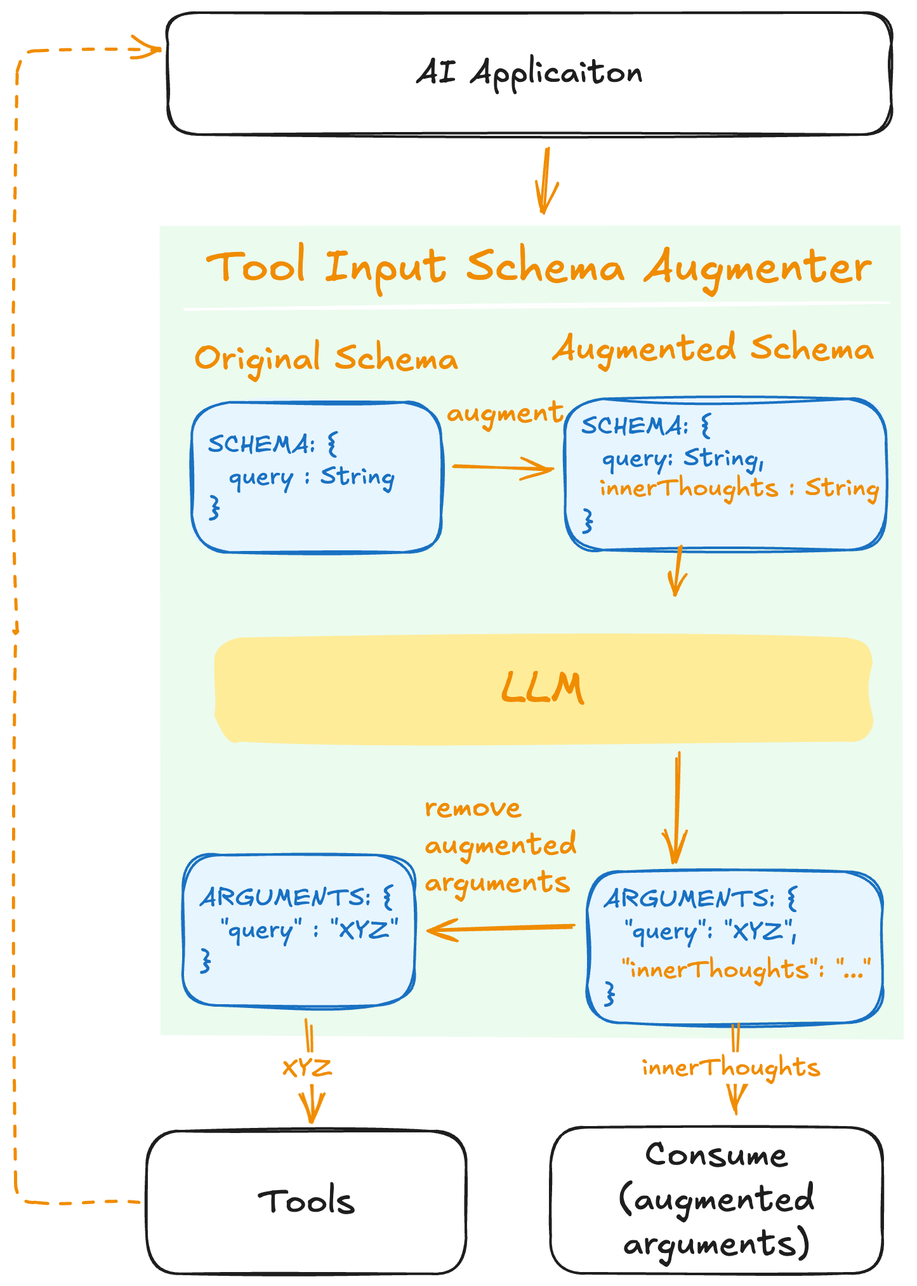
spring-io/spring-io-static keeps this Excalidraw diagram as blog/tzolov/20251217/spring-ai-tool-argument-augment-lifecycle.png. Above is the earlier version. Source tidied: one line per element, renumbered; positions are measured from the earlier drawing's top-left corner, leaving out a move shared by most shapes.
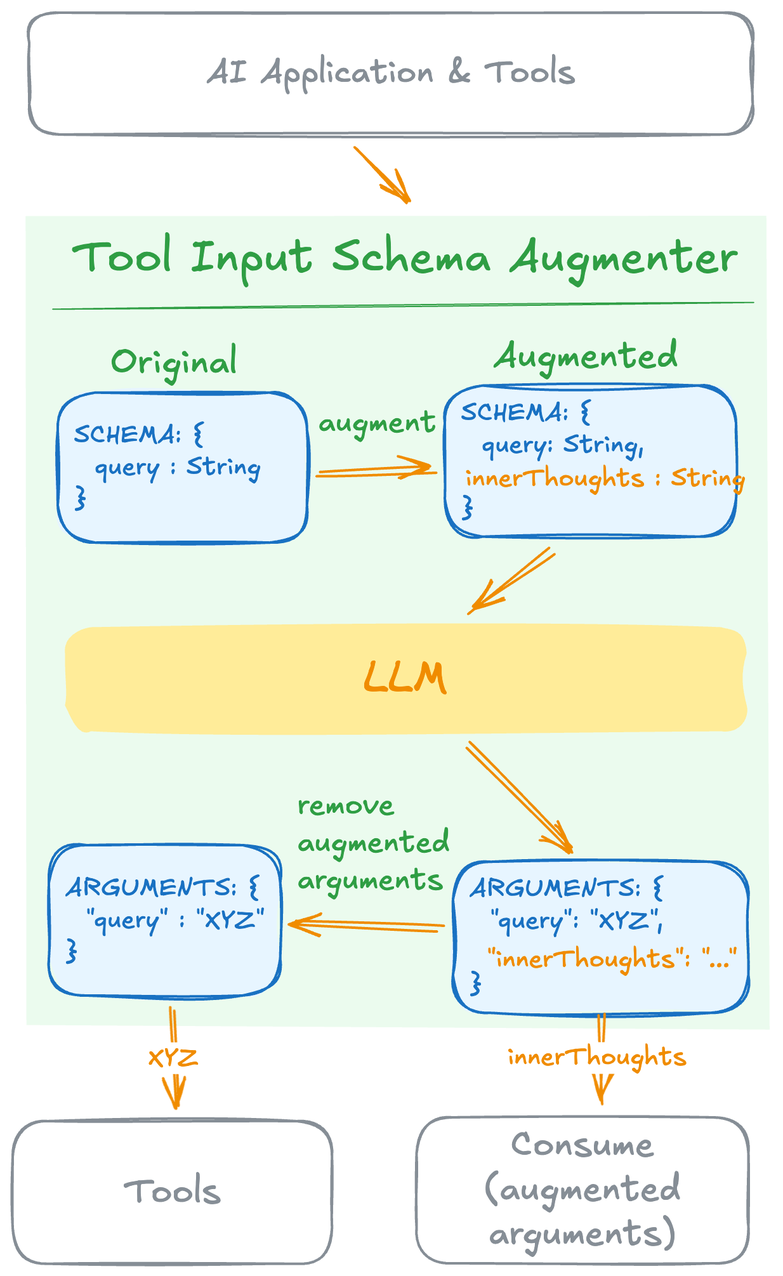
The same file after the commit.

Commit message:
Spring AI : tool arg augmenter diagrams update

Diff of the diagram source:
```diff
@@ -1,35 +1,34 @@
-{"id": 0, "type": "rectangle", "strokeColor": "transparent", "backgroundColor": "#ebfbee", "fillStyle": "solid", "strokeWidth": 4, "roughness": 2, "x": 117, "y": 166, "width": 583, "height": 640}
+{"id": 0, "type": "rectangle", "strokeColor": "transparent", "backgroundColor": "#ebfbee", "fillStyle": "solid", "strokeWidth": 4, "roughness": 2, "x": -1391, "y": 131, "width": 583, "height": 640}
-{"id": 1, "type": "rectangle", "strokeColor": "#1971c2", "backgroundColor": "#e7f5ff", "fillStyle": "solid", "strokeWidth": 2, "roughness": 2, "round": true, "x": 139, "y": 307, "width": 196, "height": 118}
+{"id": 1, "type": "rectangle", "strokeColor": "#1971c2", "backgroundColor": "#e7f5ff", "fillStyle": "solid", "strokeWidth": 2, "roughness": 2, "round": true, "x": -1370, "y": 272, "width": 196, "height": 118}
-{"id": 2, "type": "text", "text": " SCHEMA: { \n   query : String\n }", "strokeColor": "#1971c2", "backgroundColor": "#e7f5ff", "fillStyle": "solid", "strokeWidth": 2, "roughness": 1, "fontSize": 20, "fontFamily": 5, "verticalAlign": "middle", "inside": 1, "x": 144, "y": 329, "width": 155, "height": 75}
+{"id": 2, "type": "text", "text": " SCHEMA: { \n   query : String\n }", "strokeColor": "#1971c2", "backgroundColor": "#e7f5ff", "fillStyle": "solid", "strokeWidth": 2, "roughness": 1, "fontSize": 20, "fontFamily": 5, "verticalAlign": "middle", "inside": 1, "x": -1365, "y": 294, "width": 155, "height": 75}
-{"id": 3, "type": "rectangle", "strokeColor": "#1971c2", "backgroundColor": "#e7f5ff", "fillStyle": "solid", "strokeWidth": 2, "roughness": 2, "round": true, "x": 433, "y": 304, "width": 253, "height": 119}
+{"id": 3, "type": "rectangle", "strokeColor": "#1971c2", "backgroundColor": "#e7f5ff", "fillStyle": "solid", "strokeWidth": 2, "roughness": 2, "round": true, "x": -1065, "y": 267, "width": 229, "height": 119}
-{"id": 4, "type": "text", "text": " SCHEMA: { \n   query: String,\n   \n }", "strokeColor": "#1971c2", "backgroundColor": "#e7f5ff", "fillStyle": "solid", "strokeWidth": 2, "roughness": 1, "fontSize": 20, "fontFamily": 5, "verticalAlign": "middle", "inside": 3, "x": 438, "y": 314, "width": 152, "height": 100}
+{"id": 4, "type": "text", "text": " SCHEMA: { \n   query: String,\n   \n }", "strokeColor": "#1971c2", "backgroundColor": "#e7f5ff", "fillStyle": "solid", "strokeWidth": 2, "roughness": 1, "fontSize": 20, "fontFamily": 5, "verticalAlign": "middle", "inside": 3, "x": -1060, "y": 276, "width": 152, "height": 100}
-{"id": 5, "type": "arrow", "strokeColor": "#f08c00", "strokeWidth": 2, "roughness": 1, "startArrowhead": "arrow", "round": true, "from": 3, "to": 1, "x": 422, "y": 361, "width": 76, "height": 3, "points": [[0, 0], [-76, -3]]}
+{"id": 5, "type": "arrow", "strokeColor": "#f08c00", "strokeWidth": 2, "roughness": 2, "startArrowhead": "arrow", "round": true, "from": 3, "to": 1, "x": -1076, "y": 332, "width": 87, "height": 3, "points": [[0, 0], [-87, 3]]}
-{"id": 6, "type": "text", "text": "Original Schema", "strokeColor": "#f08c00", "backgroundColor": "#a5d8ff", "fillStyle": "hachure", "strokeWidth": 1, "strokeStyle": "dashed", "roughness": 2, "fontSize": 28, "fontFamily": 5, "x": 141, "y": 256, "width": 208, "height": 35}
+{"id": 6, "type": "text", "text": "Original", "strokeColor": "#2f9e44", "backgroundColor": "#a5d8ff", "fillStyle": "hachure", "strokeWidth": 1, "strokeStyle": "dashed", "roughness": 2, "fontSize": 28, "fontFamily": 5, "x": -1328, "y": 231, "width": 100, "height": 35}
-{"id": 7, "type": "text", "text": "Augmented Schema", "strokeColor": "#f08c00", "backgroundColor": "#a5d8ff", "fillStyle": "hachure", "strokeWidth": 1, "strokeStyle": "dashed", "roughness": 2, "fontSize": 28, "fontFamily": 5, "x": 423, "y": 248, "width": 254, "height": 35}
+{"id": 7, "type": "text", "text": "Augmented", "strokeColor": "#2f9e44", "backgroundColor": "#a5d8ff", "fillStyle": "hachure", "strokeWidth": 1, "strokeStyle": "dashed", "roughness": 2, "fontSize": 28, "fontFamily": 5, "x": -1026, "y": 226, "width": 146, "height": 35}
-{"id": 8, "type": "rectangle", "strokeColor": "#1971c2", "backgroundColor": "#e7f5ff", "fillStyle": "solid", "strokeWidth": 2, "roughness": 2, "round": true, "x": 450, "y": 677, "width": 233, "height": 119}
+{"id": 8, "type": "rectangle", "strokeColor": "#1971c2", "backgroundColor": "#e7f5ff", "fillStyle": "solid", "strokeWidth": 2, "roughness": 2, "round": true, "x": -1058, "y": 642, "width": 233, "height": 119}
-{"id": 9, "type": "text", "text": " ARGUMENTS: { \n   \"query\": \"XYZ\",\n\n }", "strokeColor": "#1971c2", "backgroundColor": "#e7f5ff", "fillStyle": "solid", "strokeWidth": 2, "roughness": 1, "fontSize": 20, "fontFamily": 5, "verticalAlign": "middle", "inside": 8, "x": 455, "y": 686, "width": 169, "height": 100}
+{"id": 9, "type": "text", "text": " ARGUMENTS: { \n   \"query\": \"XYZ\",\n\n }", "strokeColor": "#1971c2", "backgroundColor": "#e7f5ff", "fillStyle": "solid", "strokeWidth": 2, "roughness": 1, "fontSize": 20, "fontFamily": 5, "verticalAlign": "middle", "inside": 8, "x": -1053, "y": 651, "width": 169, "height": 100}
-{"id": 10, "type": "rectangle", "strokeColor": "#1971c2", "backgroundColor": "#e7f5ff", "fillStyle": "solid", "strokeWidth": 2, "roughness": 2, "round": true, "x": 132, "y": 664, "width": 182, "height": 119}
+{"id": 10, "type": "rectangle", "strokeColor": "#1971c2", "backgroundColor": "#e7f5ff", "fillStyle": "solid", "strokeWidth": 2, "roughness": 2, "round": true, "x": -1377, "y": 629, "width": 182, "height": 119}
-{"id": 11, "type": "text", "text": " ARGUMENTS: { \n   \"query\" : \"XYZ\"\n }", "strokeColor": "#1971c2", "backgroundColor": "#e7f5ff", "fillStyle": "solid", "strokeWidth": 2, "roughness": 1, "fontSize": 20, "fontFamily": 5, "verticalAlign": "middle", "inside": 10, "x": 137, "y": 685, "width": 169, "height": 75}
+{"id": 11, "type": "text", "text": " ARGUMENTS: { \n   \"query\" : \"XYZ\"\n }", "strokeColor": "#1971c2", "backgroundColor": "#e7f5ff", "fillStyle": "solid", "strokeWidth": 2, "roughness": 1, "fontSize": 20, "fontFamily": 5, "verticalAlign": "middle", "inside": 10, "x": -1372, "y": 650, "width": 169, "height": 75}
-{"id": 12, "type": "arrow", "strokeColor": "#f08c00", "strokeWidth": 2, "roughness": 1, "startArrowhead": "arrow", "round": true, "from": 10, "to": 8, "x": 325, "y": 723, "width": 114, "height": 2, "points": [[0, 0], [114, -2]]}
+{"id": 12, "type": "arrow", "strokeColor": "#f08c00", "strokeWidth": 2, "roughness": 2, "startArrowhead": "arrow", "round": true, "from": 10, "to": 8, "x": -1183, "y": 691, "width": 114, "height": 4, "points": [[0, 0], [114, 4]]}
-{"id": 13, "type": "rectangle", "strokeColor": "transparent", "backgroundColor": "#ffec99", "fillStyle": "solid", "strokeWidth": 2, "roughness": 2, "round": true, "x": 156, "y": 492, "width": 519, "height": 82}
+{"id": 13, "type": "rectangle", "strokeColor": "transparent", "backgroundColor": "#ffec99", "fillStyle": "solid", "strokeWidth": 2, "roughness": 2, "round": true, "x": -1364, "y": 457, "width": 537, "height": 82}
-{"id": 14, "type": "text", "text": "LLM", "strokeColor": "#f08c00", "strokeWidth": 2, "roughness": 1, "fontSize": 36, "fontFamily": 5, "textAlign": "center", "verticalAlign": "middle", "inside": 13, "x": 383, "y": 511, "width": 67, "height": 45}
+{"id": 14, "type": "text", "text": "LLM", "strokeColor": "#f08c00", "strokeWidth": 2, "roughness": 1, "fontSize": 36, "fontFamily": 5, "textAlign": "center", "verticalAlign": "middle", "inside": 13, "x": -1129, "y": 475, "width": 67, "height": 45}
-{"id": 15, "type": "rectangle", "strokeColor": "#1e1e1e", "strokeWidth": 2, "roughness": 1, "round": true, "x": 422, "y": 878, "width": 262, "height": 115}
+{"id": 15, "type": "rectangle", "strokeColor": "#868e96", "strokeWidth": 2, "roughness": 1, "round": true, "x": -1087, "y": 843, "width": 262, "height": 115}
-{"id": 16, "type": "text", "text": "Consume\n(augmented\narguments)", "strokeColor": "#1e1e1e", "strokeWidth": 2, "roughness": 1, "fontSize": 28, "fontFamily": 5, "textAlign": "center", "verticalAlign": "middle", "inside": 15, "x": 475, "y": 883, "width": 155, "height": 105}
+{"id": 16, "type": "text", "text": "Consume\n(augmented\narguments)", "strokeColor": "#868e96", "strokeWidth": 2, "roughness": 1, "fontSize": 28, "fontFamily": 5, "textAlign": "center", "verticalAlign": "middle", "inside": 15, "x": -1034, "y": 848, "width": 155, "height": 105}
-{"id": 17, "type": "arrow", "strokeColor": "#f08c00", "strokeWidth": 2, "roughness": 2, "endArrowhead": "arrow", "round": true, "from": 8, "x": 564, "y": 795, "width": 0, "height": 72, "points": [[0, 0], [0, 72]]}
+{"id": 17, "type": "arrow", "strokeColor": "#f08c00", "strokeWidth": 2, "roughness": 2, "endArrowhead": "arrow", "round": true, "from": 8, "x": -945, "y": 760, "width": 0, "height": 72, "points": [[0, 0], [0, 72]]}
 {"id": 18, "type": "text", "text": "innerThoughts", "strokeColor": "#f08c00", "backgroundColor": "#ebfbee", "fillStyle": "solid", "strokeWidth": 2, "strokeStyle": "dashed", "roughness": 2, "fontSize": 20, "fontFamily": 5, "textAlign": "center", "verticalAlign": "middle", "inside": 17, "x": 494, "y": 819, "width": 141, "height": 25}
-{"id": 19, "type": "text", "text": "Tool Input Schema Augmenter", "strokeColor": "#f08c00", "backgroundColor": "#a5d8ff", "fillStyle": "hachure", "strokeWidth": 1, "strokeStyle": "dashed", "roughness": 2, "fontSize": 36, "fontFamily": 5, "x": 150, "y": 179, "width": 525, "height": 45}
+{"id": 19, "type": "text", "text": "Tool Input Schema Augmenter", "strokeColor": "#2f9e44", "backgroundColor": "#a5d8ff", "fillStyle": "hachure", "strokeWidth": 1, "strokeStyle": "dashed", "roughness": 2, "fontSize": 36, "fontFamily": 5, "x": -1358, "y": 144, "width": 525, "height": 45}
-{"id": 20, "type": "rectangle", "strokeColor": "#1e1e1e", "strokeWidth": 2, "roughness": 2, "round": true, "x": 120, "y": 0, "width": 570, "height": 96}
+{"id": 20, "type": "rectangle", "strokeColor": "#868e96", "strokeWidth": 2, "roughness": 2, "round": true, "x": -1392, "y": -27, "width": 570, "height": 96}
-{"id": 21, "type": "text", "text": "AI Applicaiton", "strokeColor": "#1e1e1e", "strokeWidth": 2, "roughness": 1, "fontSize": 26.17, "fontFamily": 5, "textAlign": "center", "verticalAlign": "middle", "inside": 20, "x": 315, "y": 32, "width": 179, "height": 33}
+{"id": 21, "type": "text", "text": "AI Application & Tools", "strokeColor": "#868e96", "strokeWidth": 2, "roughness": 1, "fontSize": 26.17, "fontFamily": 5, "textAlign": "center", "verticalAlign": "middle", "inside": 20, "x": -1252, "y": 4, "width": 290, "height": 33}
-{"id": 22, "type": "arrow", "strokeColor": "#f08c00", "strokeWidth": 2, "roughness": 2, "endArrowhead": "arrow", "round": true, "from": 20, "x": 419, "y": 107, "width": 4, "height": 50, "points": [[0, 0], [-4, 50]]}
+{"id": 22, "type": "arrow", "strokeColor": "#f08c00", "strokeWidth": 2, "roughness": 2, "endArrowhead": "arrow", "round": true, "from": 20, "x": -1134, "y": 80, "width": 41, "height": 42, "points": [[0, 0], [41, 42]]}
-{"id": 23, "type": "arrow", "strokeColor": "#f08c00", "strokeWidth": 2, "roughness": 2, "endArrowhead": "arrow", "round": true, "from": 3, "to": 0, "x": 524, "y": 421, "width": 5, "height": 38, "points": [[0, 0], [-5, 38]]}
+{"id": 23, "type": "arrow", "strokeColor": "#f08c00", "strokeWidth": 2, "roughness": 2, "endArrowhead": "arrow", "round": true, "from": 3, "to": 13, "x": -980, "y": 397, "width": 63, "height": 49, "points": [[0, 0], [-63, 49]]}
-{"id": 24, "type": "arrow", "strokeColor": "#f08c00", "strokeWidth": 2, "roughness": 2, "endArrowhead": "arrow", "round": true, "from": 13, "to": 8, "x": 521, "y": 585, "width": 4, "height": 80, "points": [[0, 0], [-4, 80]]}
+{"id": 24, "type": "arrow", "strokeColor": "#f08c00", "strokeWidth": 2, "roughness": 2, "endArrowhead": "arrow", "round": true, "from": 13, "to": 8, "x": -1047, "y": 550, "width": 80, "height": 81, "points": [[0, 0], [80, 81]]}
-{"id": 25, "type": "rectangle", "strokeColor": "#1e1e1e", "strokeWidth": 2, "roughness": 1, "round": true, "x": 103, "y": 881, "width": 252, "height": 112}
+{"id": 25, "type": "rectangle", "strokeColor": "#868e96", "strokeWidth": 2, "roughness": 1, "round": true, "x": -1405, "y": 846, "width": 252, "height": 112}
-{"id": 26, "type": "text", "text": "Tools", "strokeColor": "#1e1e1e", "strokeWidth": 2, "roughness": 1, "fontSize": 28, "fontFamily": 5, "textAlign": "center", "verticalAlign": "middle", "inside": 25, "x": 191, "y": 920, "width": 77, "height": 35}
+{"id": 26, "type": "text", "text": "Tools", "strokeColor": "#868e96", "strokeWidth": 2, "roughness": 1, "fontSize": 28, "fontFamily": 5, "textAlign": "center", "verticalAlign": "middle", "inside": 25, "x": -1318, "y": 885, "width": 77, "height": 35}
-{"id": 27, "type": "arrow", "strokeColor": "#f08c00", "strokeWidth": 2, "roughness": 2, "endArrowhead": "arrow", "round": true, "from": 10, "to": 25, "x": 228, "y": 793, "width": 3, "height": 77, "points": [[0, 0], [3, 77]]}
+{"id": 27, "type": "arrow", "strokeColor": "#f08c00", "strokeWidth": 2, "roughness": 2, "endArrowhead": "arrow", "round": true, "from": 10, "to": 25, "x": -1280, "y": 758, "width": 3, "height": 77, "points": [[0, 0], [3, 77]]}
 {"id": 28, "type": "text", "text": "XYZ", "strokeColor": "#f08c00", "backgroundColor": "#ebfbee", "fillStyle": "solid", "strokeWidth": 2, "strokeStyle": "dashed", "roughness": 2, "fontSize": 20, "fontFamily": 5, "textAlign": "center", "verticalAlign": "middle", "inside": 27, "x": 210, "y": 819, "width": 40, "height": 25}
-{"id": 29, "type": "text", "text": "innerThoughts : String", "strokeColor": "#f08c00", "backgroundColor": "#e7f5ff", "fillStyle": "solid", "strokeWidth": 1, "roughness": 2, "fontSize": 20, "fontFamily": 5, "x": 460, "y": 362, "width": 221, "height": 25}
+{"id": 29, "type": "text", "text": "innerThoughts : String", "strokeColor": "#f08c00", "backgroundColor": "#e7f5ff", "fillStyle": "solid", "strokeWidth": 1, "roughness": 2, "fontSize": 20, "fontFamily": 5, "x": -1048, "y": 328, "width": 221, "height": 25}
-{"id": 30, "type": "text", "text": "\"innerThoughts\": \"...\"", "strokeColor": "#f08c00", "backgroundColor": "#e7f5ff", "fillStyle": "solid", "strokeWidth": 1, "roughness": 2, "fontSize": 20, "fontFamily": 5, "x": 477, "y": 742, "width": 197, "height": 25}
+{"id": 30, "type": "text", "text": "\"innerThoughts\": \"...\"", "strokeColor": "#f08c00", "backgroundColor": "#e7f5ff", "fillStyle": "solid", "strokeWidth": 1, "roughness": 2, "fontSize": 20, "fontFamily": 5, "x": -1032, "y": 707, "width": 197, "height": 25}
-{"id": 31, "type": "line", "strokeColor": "#ffffff", "strokeWidth": 2, "roughness": 2, "x": 135, "y": 234, "width": 552, "height": 5, "points": [[0, 0], [552, -5]]}
+{"id": 31, "type": "line", "strokeColor": "#2f9e44", "strokeWidth": 1, "roughness": 1, "x": -1374, "y": 206, "width": 552, "height": 5, "points": [[0, 0], [552, -5]]}
-{"id": 32, "type": "text", "text": "augment", "strokeColor": "#f08c00", "backgroundColor": "#a5d8ff", "fillStyle": "hachure", "strokeWidth": 1, "strokeStyle": "dashed", "roughness": 2, "fontSize": 23.56, "fontFamily": 5, "x": 339, "y": 301, "width": 93, "height": 29}
+{"id": 32, "type": "text", "text": "augment", "strokeColor": "#2f9e44", "backgroundColor": "#a5d8ff", "fillStyle": "hachure", "strokeWidth": 1, "strokeStyle": "dashed", "roughness": 2, "fontSize": 23.56, "fontFamily": 5, "x": -1164, "y": 282, "width": 93, "height": 29}
-{"id": 33, "type": "text", "text": "remove\naugmented\narguments", "strokeColor": "#f08c00", "backgroundColor": "#a5d8ff", "fillStyle": "hachure", "strokeWidth": 1, "strokeStyle": "dashed", "roughness": 2, "fontSize": 23.56, "fontFamily": 5, "x": 322, "y": 612, "width": 120, "height": 88}
+{"id": 33, "type": "text", "text": "remove\naugmented\narguments", "strokeColor": "#2f9e44", "backgroundColor": "#a5d8ff", "fillStyle": "hachure", "strokeWidth": 1, "strokeStyle": "dashed", "roughness": 2, "fontSize": 23.56, "fontFamily": 5, "x": -1181, "y": 583, "width": 120, "height": 88}
-{"id": 34, "type": "arrow", "strokeColor": "#f08c00", "strokeWidth": 2, "strokeStyle": "dashed", "roughness": 2, "endArrowhead": "arrow", "from": 25, "x": 97, "y": 937, "width": 114, "height": 907, "points": [[0, 0], [-97, 0], [-97, -449], [-96, -449], [-96, -907], [17, -907]]}
```
